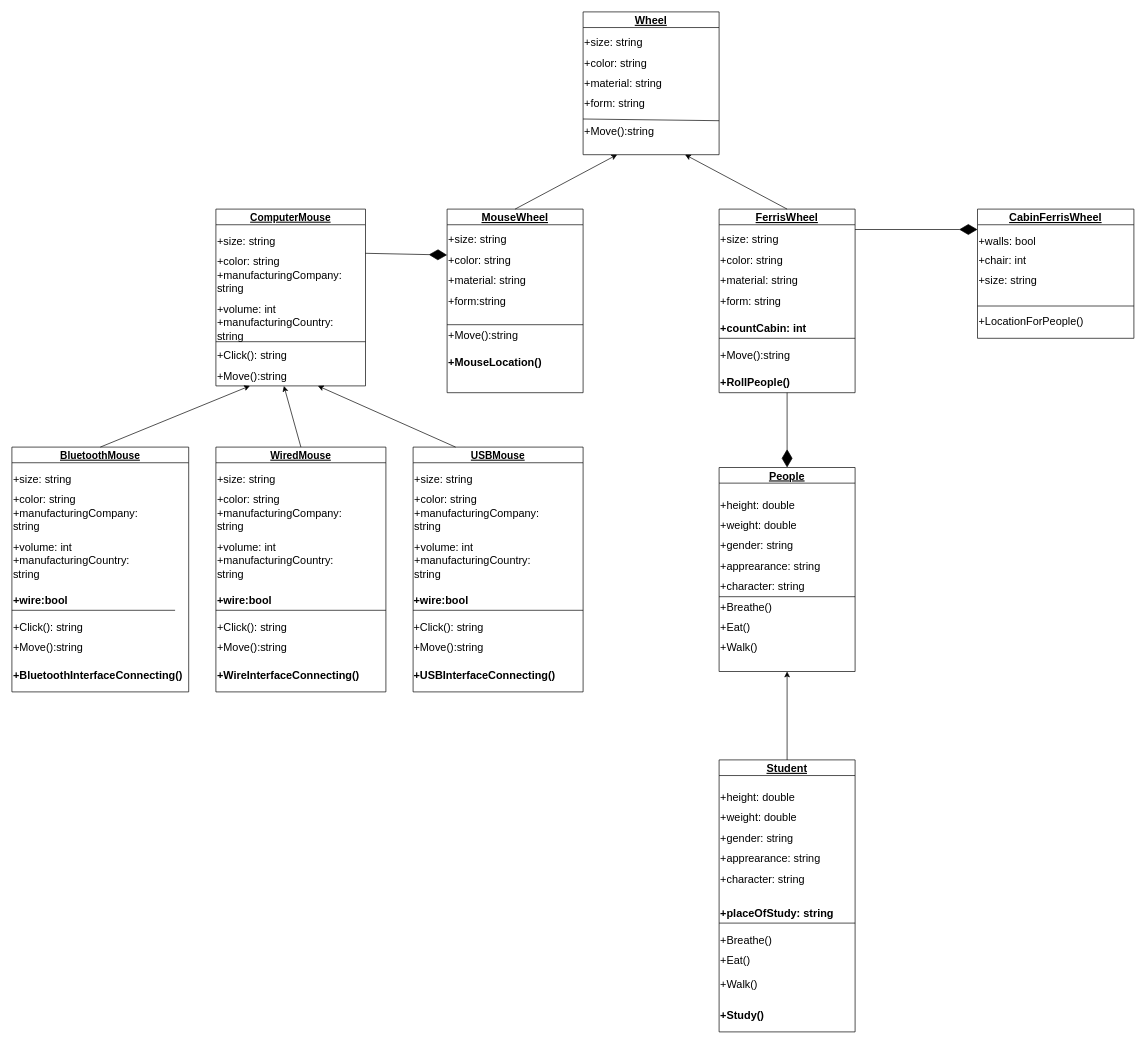
This is homework7/homediagrama.drawio from DaryaZablotskay/TeachMeSkills, a draw.io file, before an edit. Source tidied: cells renumbered, new cells numbered last; positions are measured from the earlier drawing's top-left corner, leaving out a move shared by most shapes. Both pictures are drawn from the tidied source at 68%, with x=0, y=0 at pixel (12, 12).
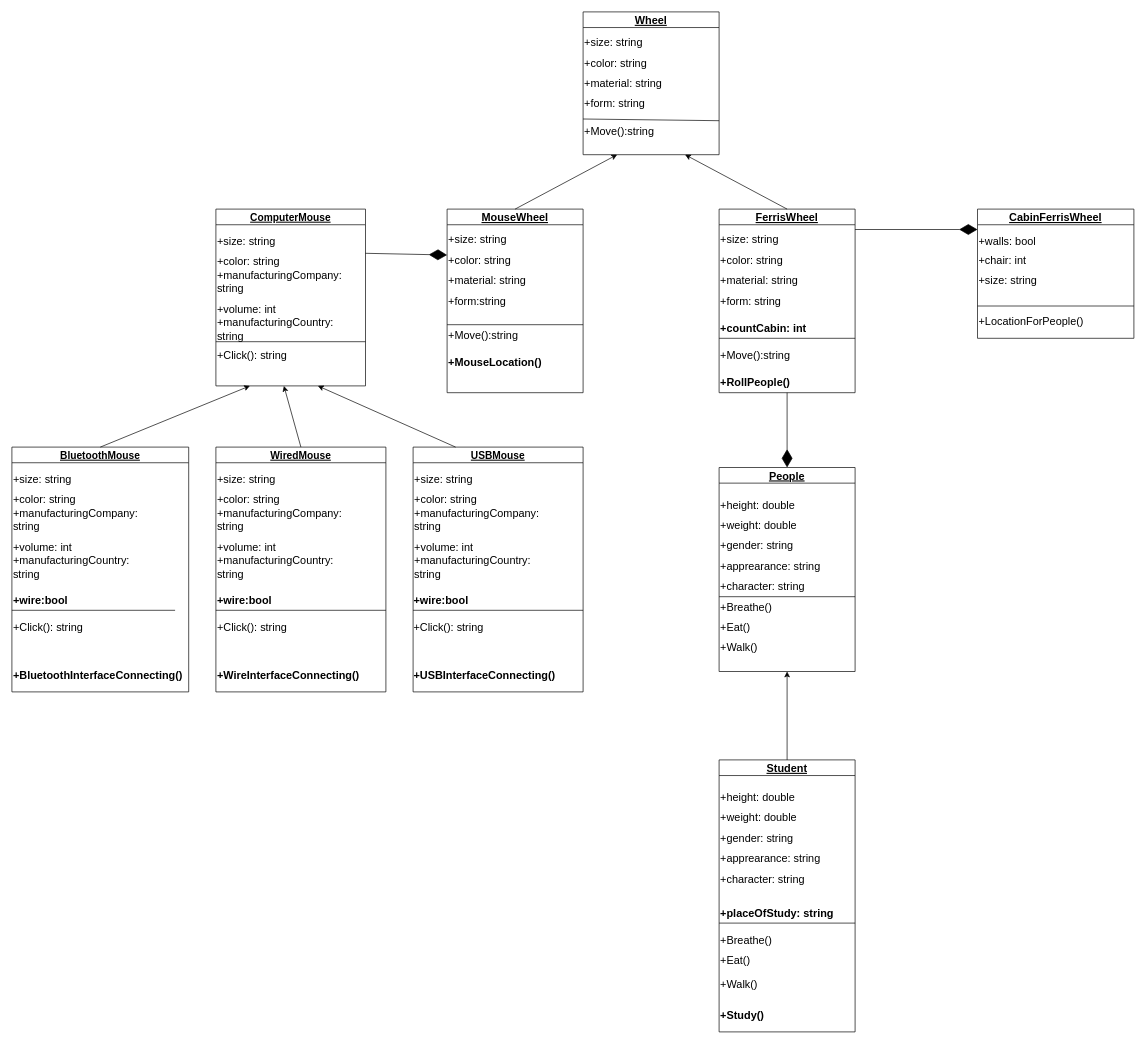
The same page after the edit.

The change refers to these unchanged cells:
```xml
<mxCell id="2" value="ComputerMouse" style="swimlane;fontSize=15;fontStyle=5;" parent="1" vertex="1">
  <mxGeometry x="300" y="290" width="220" height="260" as="geometry" />
</mxCell>
<mxCell id="11" value="BluetoothMouse" style="swimlane;fontSize=15;fontStyle=5;startSize=23;" parent="1" vertex="1">
  <mxGeometry y="640" width="260" height="360" as="geometry" />
</mxCell>
<mxCell id="22" value="WiredMouse" style="swimlane;fontSize=15;startSize=23;fontStyle=5;" parent="1" vertex="1">
  <mxGeometry x="300" y="640" width="250" height="360" as="geometry" />
</mxCell>
<mxCell id="33" value="USBMouse" style="swimlane;fontSize=15;startSize=23;fontStyle=5;" parent="1" vertex="1">
  <mxGeometry x="590" y="640" width="250" height="360" as="geometry" />
</mxCell>
```

Diff of the diagram source:
```diff
@@
-    <mxCell id="9" value="+Move():string" style="text;html=1;strokeColor=none;fillColor=none;align=left;verticalAlign=middle;whiteSpace=wrap;rounded=0;fontSize=16;" parent="2" vertex="1">
-      <mxGeometry y="232" width="200" height="28" as="geometry" />
-    </mxCell>
@@
-    <mxCell id="18" value="+Move():string" style="text;html=1;strokeColor=none;fillColor=none;align=left;verticalAlign=middle;whiteSpace=wrap;rounded=0;fontSize=16;" parent="11" vertex="1">
-      <mxGeometry y="280" width="200" height="28" as="geometry" />
-    </mxCell>
@@
-    <mxCell id="29" value="+Move():string" style="text;html=1;strokeColor=none;fillColor=none;align=left;verticalAlign=middle;whiteSpace=wrap;rounded=0;fontSize=16;" parent="22" vertex="1">
-      <mxGeometry y="280" width="200" height="28" as="geometry" />
-    </mxCell>
@@
-    <mxCell id="40" value="+Move():string" style="text;html=1;strokeColor=none;fillColor=none;align=left;verticalAlign=middle;whiteSpace=wrap;rounded=0;fontSize=16;" parent="33" vertex="1">
-      <mxGeometry x="-1" y="280" width="200" height="28" as="geometry" />
-    </mxCell>
@@
-    <mxCell id="44" style="endArrow=classic;html=1;rounded=0;fontSize=16;entryX=0.25;entryY=1;entryDx=0;entryDy=0;exitX=0.5;exitY=0;exitDx=0;exitDy=0;" parent="1" edge="1" source="11" target="9">
-      <mxGeometry relative="1" as="geometry" />
+    <mxCell id="44" style="endArrow=classic;html=1;rounded=0;fontSize=16;entryX=0.25;entryY=1;entryDx=0;entryDy=0;exitX=0.5;exitY=0;exitDx=0;exitDy=0;" parent="1" edge="1" source="11">
+      <mxGeometry relative="1" as="geometry">
+        <mxPoint x="350" y="550" as="targetPoint" />
+      </mxGeometry>
     </mxCell>
-    <mxCell id="45" style="endArrow=classic;html=1;rounded=0;fontSize=16;entryX=0.5;entryY=1;entryDx=0;entryDy=0;exitX=0.5;exitY=0;exitDx=0;exitDy=0;" parent="1" edge="1" source="22" target="9">
-      <mxGeometry relative="1" as="geometry" />
+    <mxCell id="45" style="endArrow=classic;html=1;rounded=0;fontSize=16;entryX=0.5;entryY=1;entryDx=0;entryDy=0;exitX=0.5;exitY=0;exitDx=0;exitDy=0;" parent="1" edge="1" source="22">
+      <mxGeometry relative="1" as="geometry">
+        <mxPoint x="400" y="550" as="targetPoint" />
+      </mxGeometry>
     </mxCell>
-    <mxCell id="46" style="endArrow=classic;html=1;rounded=0;fontSize=16;entryX=0.75;entryY=1;entryDx=0;entryDy=0;exitX=0.25;exitY=0;exitDx=0;exitDy=0;" parent="1" edge="1" source="33" target="9">
-      <mxGeometry relative="1" as="geometry" />
+    <mxCell id="46" style="endArrow=classic;html=1;rounded=0;fontSize=16;entryX=0.75;entryY=1;entryDx=0;entryDy=0;exitX=0.25;exitY=0;exitDx=0;exitDy=0;" parent="1" edge="1" source="33">
+      <mxGeometry relative="1" as="geometry">
+        <mxPoint x="450" y="550" as="targetPoint" />
+      </mxGeometry>
     </mxCell>
```
